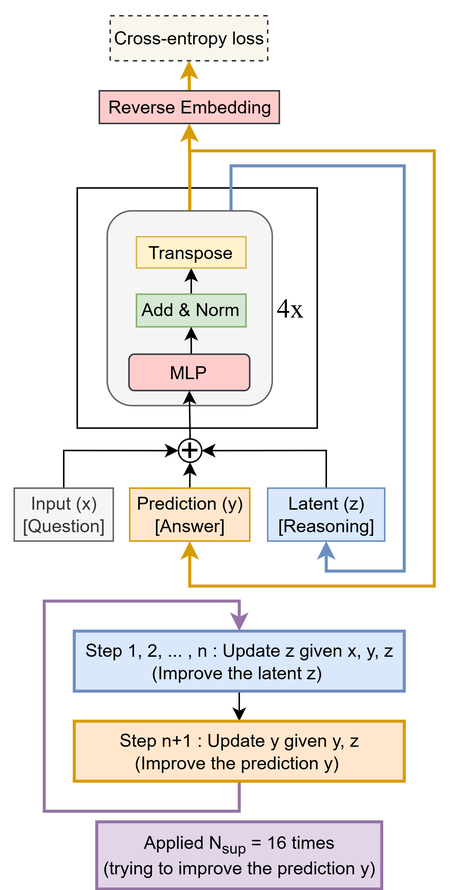
This is assets/images/TRM_fig.png from AlexiaJM/AlexiaJM.github.io, a draw.io export, as it was before one commit. Source tidied: cells renumbered, new cells last; positions are measured from the earlier drawing's top-left corner, leaving out a move shared by most shapes.
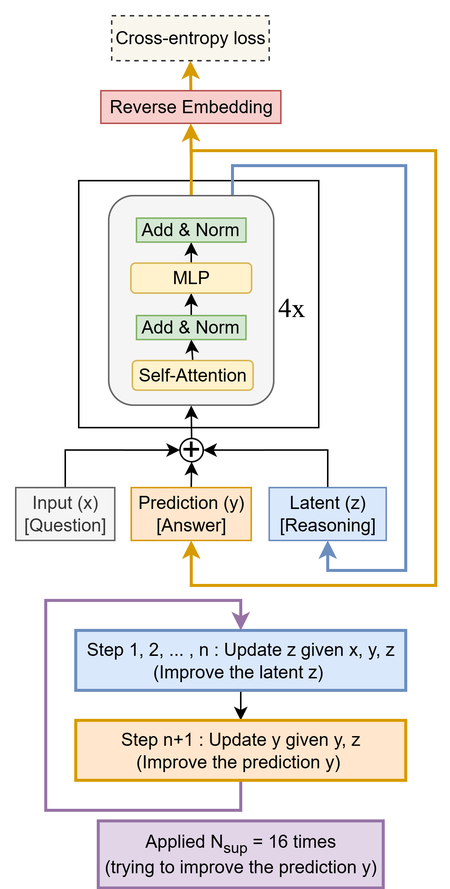
Above is the later version.

What changed in the source:
```diff
@@ -2,90 +2,89 @@
   <root>
     <mxCell id="0" />
     <mxCell id="1" parent="0" />
-    <mxCell id="2" style="rounded=0;whiteSpace=wrap;html=1;fillColor=none;strokeColor=none;" parent="1" vertex="1">
-      <mxGeometry width="300" height="400" as="geometry" />
-    </mxCell>
-    <mxCell id="3" style="rounded=0;whiteSpace=wrap;html=1;" parent="1" vertex="1">
-      <mxGeometry x="52" y="124.7" width="160" height="160" as="geometry" />
-    </mxCell>
-    <mxCell id="4" style="edgeStyle=orthogonalEdgeStyle;rounded=0;jettySize=auto;html=1;exitX=0.5;exitY=0;exitDx=0;exitDy=0;entryX=0.5;entryY=1;entryDx=0;entryDy=0;fillColor=#ffe6cc;strokeColor=#d79b00;strokeWidth=2;" parent="1" edge="1" source="7" target="16">
-      <mxGeometry relative="1" as="geometry">
-        <Array as="points">
-          <mxPoint x="127" y="100" />
-          <mxPoint x="290" y="100" />
-          <mxPoint x="290" y="390" />
-          <mxPoint x="127" y="390" />
-        </Array>
-      </mxGeometry>
-    </mxCell>
-    <mxCell id="5" style="edgeStyle=orthogonalEdgeStyle;rounded=0;jettySize=auto;html=1;exitX=0.5;exitY=0;exitDx=0;exitDy=0;fillColor=#ffe6cc;strokeColor=#d79b00;strokeWidth=2;" parent="1" edge="1" source="7" target="25">
-      <mxGeometry relative="1" as="geometry" />
-    </mxCell>
-    <mxCell id="6" style="edgeStyle=orthogonalEdgeStyle;rounded=0;jettySize=auto;html=1;exitX=0.75;exitY=0;exitDx=0;exitDy=0;entryX=0.5;entryY=1;entryDx=0;entryDy=0;fillColor=#dae8fc;strokeColor=#6c8ebf;strokeWidth=2;" parent="1" edge="1" source="7" target="20">
-      <mxGeometry relative="1" as="geometry">
-        <Array as="points">
-          <mxPoint x="155" y="110" />
-          <mxPoint x="270" y="110" />
-          <mxPoint x="270" y="380" />
-          <mxPoint x="218" y="380" />
-        </Array>
-      </mxGeometry>
-    </mxCell>
-    <mxCell id="7" style="rounded=1;whiteSpace=wrap;html=1;fillColor=#f5f5f5;strokeColor=#666666;fontColor=#333333;fontStyle=0;" parent="1" vertex="1">
-      <mxGeometry x="72" y="140" width="110" height="129.7" as="geometry" />
-    </mxCell>
-    <mxCell id="8" style="edgeStyle=orthogonalEdgeStyle;rounded=0;jettySize=auto;html=1;exitX=0.5;exitY=0;exitDx=0;exitDy=0;entryX=0.5;entryY=1;entryDx=0;entryDy=0;" parent="1" edge="1" source="9" target="13">
-      <mxGeometry relative="1" as="geometry" />
-    </mxCell>
-    <mxCell id="9" value="Add &amp;amp; Norm" style="rounded=0;whiteSpace=wrap;html=1;fillColor=#d5e8d4;strokeColor=#82b366;flipV=1;" parent="1" vertex="1">
-      <mxGeometry x="91.5" y="195.5" width="73" height="21.8" as="geometry" />
-    </mxCell>
+    <mxCell id="31" style="rounded=0;whiteSpace=wrap;html=1;fillColor=none;strokeColor=none;" parent="1" vertex="1">
+      <mxGeometry width="300" height="400" as="geometry" />
+    </mxCell>
+    <mxCell id="32" style="rounded=0;whiteSpace=wrap;html=1;" parent="1" vertex="1">
+      <mxGeometry x="52" y="120" width="160" height="164.7" as="geometry" />
+    </mxCell>
+    <mxCell id="33" style="edgeStyle=orthogonalEdgeStyle;rounded=0;jettySize=auto;html=1;exitX=0.5;exitY=0;exitDx=0;exitDy=0;entryX=0.5;entryY=1;entryDx=0;entryDy=0;fillColor=#ffe6cc;strokeColor=#d79b00;strokeWidth=2;" parent="1" edge="1" source="36" target="16">
+      <mxGeometry relative="1" as="geometry">
+        <Array as="points">
+          <mxPoint x="127" y="100" />
+          <mxPoint x="290" y="100" />
+          <mxPoint x="290" y="390" />
+          <mxPoint x="127" y="390" />
+        </Array>
+      </mxGeometry>
+    </mxCell>
+    <mxCell id="34" style="edgeStyle=orthogonalEdgeStyle;rounded=0;jettySize=auto;html=1;exitX=0.5;exitY=0;exitDx=0;exitDy=0;fillColor=#ffe6cc;strokeColor=#d79b00;strokeWidth=2;" parent="1" edge="1" source="36" target="25">
+      <mxGeometry relative="1" as="geometry" />
+    </mxCell>
+    <mxCell id="35" style="edgeStyle=orthogonalEdgeStyle;rounded=0;jettySize=auto;html=1;exitX=0.75;exitY=0;exitDx=0;exitDy=0;entryX=0.5;entryY=1;entryDx=0;entryDy=0;fillColor=#dae8fc;strokeColor=#6c8ebf;strokeWidth=2;" parent="1" edge="1" source="36" target="20">
+      <mxGeometry relative="1" as="geometry">
+        <Array as="points">
+          <mxPoint x="155" y="110" />
+          <mxPoint x="270" y="110" />
+          <mxPoint x="270" y="380" />
+          <mxPoint x="218" y="380" />
+        </Array>
+      </mxGeometry>
+    </mxCell>
+    <mxCell id="36" style="rounded=1;whiteSpace=wrap;html=1;fillColor=#f5f5f5;strokeColor=#666666;fontColor=#333333;fontStyle=0;" parent="1" vertex="1">
+      <mxGeometry x="72" y="130" width="110" height="139.7" as="geometry" />
+    </mxCell>
+    <mxCell id="37" style="edgeStyle=orthogonalEdgeStyle;rounded=0;jettySize=auto;html=1;exitX=0.5;exitY=0;exitDx=0;exitDy=0;entryX=0.5;entryY=1;entryDx=0;entryDy=0;" parent="1" edge="1" source="38" target="48">
+      <mxGeometry relative="1" as="geometry" />
+    </mxCell>
+    <mxCell id="38" value="Add &amp;amp; Norm" style="rounded=0;whiteSpace=wrap;html=1;fillColor=#d5e8d4;strokeColor=#82b366;flipV=1;" parent="1" vertex="1">
+      <mxGeometry x="91.5" y="210" width="73" height="19.7" as="geometry" />
+    </mxCell>
     <mxCell id="10" value="Cross-entropy loss" style="text;html=1;align=center;verticalAlign=middle;whiteSpace=wrap;rounded=0;dashed=1;fillColor=#f9f7ed;strokeColor=#36393d;" parent="1" vertex="1">
       <mxGeometry x="74" y="10" width="105" height="30" as="geometry" />
     </mxCell>
-    <mxCell id="11" style="edgeStyle=orthogonalEdgeStyle;rounded=0;jettySize=auto;html=1;exitX=0.5;exitY=0;exitDx=0;exitDy=0;entryX=0.5;entryY=1;entryDx=0;entryDy=0;" parent="1" edge="1" source="12" target="9">
-      <mxGeometry relative="1" as="geometry" />
-    </mxCell>
-    <mxCell id="12" value="MLP" style="rounded=1;whiteSpace=wrap;html=1;fillColor=#ffcccc;strokeColor=#36393d;flipV=1;" parent="1" vertex="1">
-      <mxGeometry x="86.5" y="235.5" width="80.5" height="24.2" as="geometry" />
-    </mxCell>
-    <mxCell id="13" value="Transpose" style="rounded=0;whiteSpace=wrap;html=1;fillColor=#fff2cc;strokeColor=#d6b656;flipV=1;" parent="1" vertex="1">
-      <mxGeometry x="91.5" y="157.2" width="73" height="20.9" as="geometry" />
-    </mxCell>
-    <mxCell id="14" value="&lt;font face=&quot;Times New Roman&quot;&gt;&lt;span style=&quot;font-size: 18px;&quot;&gt;4x&lt;/span&gt;&lt;/font&gt;" style="text;html=1;align=center;verticalAlign=middle;whiteSpace=wrap;rounded=0;" parent="1" vertex="1">
-      <mxGeometry x="164.5" y="189.7" width="60" height="30" as="geometry" />
-    </mxCell>
-    <mxCell id="15" style="edgeStyle=orthogonalEdgeStyle;rounded=0;jettySize=auto;html=1;exitX=0.5;exitY=0;exitDx=0;exitDy=0;entryX=0.5;entryY=1;entryDx=0;entryDy=0;" parent="1" edge="1" source="16" target="22">
-      <mxGeometry relative="1" as="geometry" />
-    </mxCell>
+    <mxCell id="39" style="edgeStyle=orthogonalEdgeStyle;rounded=0;jettySize=auto;html=1;exitX=0.5;exitY=0;exitDx=0;exitDy=0;entryX=0.5;entryY=1;entryDx=0;entryDy=0;" parent="1" edge="1" source="40" target="38">
+      <mxGeometry relative="1" as="geometry" />
+    </mxCell>
+    <mxCell id="40" value="MLP" style="rounded=1;whiteSpace=wrap;html=1;fillColor=#fff2cc;strokeColor=#d6b656;flipV=1;" parent="1" vertex="1">
+      <mxGeometry x="87.8" y="240" width="80.5" height="19.7" as="geometry" />
+    </mxCell>
+    <mxCell id="41" value="&lt;font face=&quot;Times New Roman&quot;&gt;&lt;span style=&quot;font-size: 18px;&quot;&gt;4x&lt;/span&gt;&lt;/font&gt;" style="text;html=1;align=center;verticalAlign=middle;whiteSpace=wrap;rounded=0;" parent="1" vertex="1">
+      <mxGeometry x="164.5" y="189.7" width="60" height="30" as="geometry" />
+    </mxCell>
+    <mxCell id="42" style="edgeStyle=orthogonalEdgeStyle;rounded=0;jettySize=auto;html=1;exitX=0.5;exitY=0;exitDx=0;exitDy=0;entryX=0.5;entryY=1;entryDx=0;entryDy=0;" parent="1" edge="1" source="16" target="46">
+      <mxGeometry relative="1" as="geometry" />
+    </mxCell>
     <mxCell id="16" value="Prediction (y)&lt;div&gt;[Answer]&lt;/div&gt;" style="rounded=0;whiteSpace=wrap;html=1;fillColor=#ffe6cc;strokeColor=#d79b00;flipV=1;align=center;" parent="1" vertex="1">
       <mxGeometry x="87" y="324.7" width="80" height="35.3" as="geometry" />
     </mxCell>
-    <mxCell id="17" style="edgeStyle=orthogonalEdgeStyle;rounded=0;jettySize=auto;html=1;exitX=0.5;exitY=0;exitDx=0;exitDy=0;entryX=0;entryY=0.5;entryDx=0;entryDy=0;" parent="1" edge="1" source="18" target="22">
-      <mxGeometry relative="1" as="geometry" />
-    </mxCell>
+    <mxCell id="43" style="edgeStyle=orthogonalEdgeStyle;rounded=0;jettySize=auto;html=1;exitX=0.5;exitY=0;exitDx=0;exitDy=0;entryX=0;entryY=0.5;entryDx=0;entryDy=0;" parent="1" edge="1" source="18" target="46">
+      <mxGeometry relative="1" as="geometry" />
+    </mxCell>
     <mxCell id="18" value="Input (x)&lt;div&gt;[Question]&lt;/div&gt;" style="rounded=0;whiteSpace=wrap;html=1;fillColor=#f5f5f5;strokeColor=#666666;flipV=1;fontColor=#333333;" parent="1" vertex="1">
       <mxGeometry x="10" y="324.7" width="66" height="35.3" as="geometry" />
     </mxCell>
-    <mxCell id="19" style="edgeStyle=orthogonalEdgeStyle;rounded=0;jettySize=auto;html=1;exitX=0.5;exitY=0;exitDx=0;exitDy=0;entryX=1;entryY=0.5;entryDx=0;entryDy=0;" parent="1" edge="1" source="20" target="22">
-      <mxGeometry relative="1" as="geometry" />
-    </mxCell>
+    <mxCell id="44" style="edgeStyle=orthogonalEdgeStyle;rounded=0;jettySize=auto;html=1;exitX=0.5;exitY=0;exitDx=0;exitDy=0;entryX=1;entryY=0.5;entryDx=0;entryDy=0;" parent="1" edge="1" source="20" target="46">
+      <mxGeometry relative="1" as="geometry" />
+    </mxCell>
     <mxCell id="20" value="Latent (z)&lt;div&gt;[Reasoning]&lt;/div&gt;" style="rounded=0;whiteSpace=wrap;html=1;fillColor=#dae8fc;strokeColor=#6c8ebf;flipV=1;" parent="1" vertex="1">
       <mxGeometry x="179" y="324.7" width="78" height="35.3" as="geometry" />
     </mxCell>
-    <mxCell id="21" style="edgeStyle=orthogonalEdgeStyle;rounded=0;jettySize=auto;html=1;exitX=0.5;exitY=0;exitDx=0;exitDy=0;entryX=0.5;entryY=1;entryDx=0;entryDy=0;" parent="1" edge="1" source="22" target="12">
-      <mxGeometry relative="1" as="geometry" />
-    </mxCell>
-    <mxCell id="22" value="&lt;div style=&quot;text-align: justify;&quot;&gt;&lt;br&gt;&lt;/div&gt;" style="ellipse;whiteSpace=wrap;html=1;align=center;" parent="1" vertex="1">
-      <mxGeometry x="119.5" y="292" width="15.5" height="15.5" as="geometry" />
-    </mxCell>
+    <mxCell id="45" style="edgeStyle=orthogonalEdgeStyle;rounded=0;jettySize=auto;html=1;exitX=0.5;exitY=0;exitDx=0;exitDy=0;" parent="1" edge="1" source="46">
+      <mxGeometry relative="1" as="geometry">
+        <mxPoint x="127" y="270" as="targetPoint" />
+      </mxGeometry>
+    </mxCell>
+    <mxCell id="46" value="&lt;div style=&quot;text-align: justify;&quot;&gt;&lt;br&gt;&lt;/div&gt;" style="ellipse;whiteSpace=wrap;html=1;align=center;" parent="1" vertex="1">
+      <mxGeometry x="119.5" y="292" width="15.5" height="15.5" as="geometry" />
+    </mxCell>
     <mxCell id="23" value="&lt;font style=&quot;font-size: 22px;&quot;&gt;+&lt;/font&gt;" style="text;html=1;align=center;verticalAlign=middle;whiteSpace=wrap;rounded=0;" parent="1" vertex="1">
       <mxGeometry x="97" y="284.7" width="60" height="30" as="geometry" />
     </mxCell>
     <mxCell id="24" style="edgeStyle=orthogonalEdgeStyle;rounded=0;jettySize=auto;html=1;exitX=0.5;exitY=0;exitDx=0;exitDy=0;entryX=0.5;entryY=1;entryDx=0;entryDy=0;fillColor=#ffe6cc;strokeColor=#d79b00;strokeWidth=2;" parent="1" edge="1" source="25" target="10">
       <mxGeometry relative="1" as="geometry" />
     </mxCell>
-    <mxCell id="25" value="Reverse Embedding" style="rounded=0;whiteSpace=wrap;html=1;fillColor=#ffcccc;strokeColor=#36393d;flipV=1;" parent="1" vertex="1">
+    <mxCell id="25" value="Reverse Embedding" style="rounded=0;whiteSpace=wrap;html=1;fillColor=#f8cecc;strokeColor=#b85450;flipV=1;" parent="1" vertex="1">
       <mxGeometry x="66.7" y="60" width="120" height="21.8" as="geometry" />
     </mxCell>
     <mxCell id="26" value="Applied N&lt;sub&gt;sup&lt;/sub&gt; = 16 times&lt;div&gt;(&lt;span style=&quot;background-color: transparent; color: light-dark(rgb(0, 0, 0), rgb(255, 255, 255));&quot;&gt;trying to improve the prediction y)&lt;/span&gt;&lt;/div&gt;" style="text;html=1;align=center;verticalAlign=middle;whiteSpace=wrap;rounded=0;fillColor=#e1d5e7;strokeColor=#9673a6;strokeWidth=2;" parent="1" vertex="1">
@@ -110,5 +109,41 @@
     <mxCell id="30" value="Step n+1 : Update y given y, z&lt;div&gt;(Improve the prediction y)&amp;nbsp;&lt;/div&gt;" style="text;html=1;align=center;verticalAlign=middle;whiteSpace=wrap;rounded=0;fillColor=#ffe6cc;strokeColor=#d79b00;strokeWidth=2;" parent="1" vertex="1">
       <mxGeometry x="50" y="480" width="220" height="40" as="geometry" />
     </mxCell>
+    <mxCell id="47" style="edgeStyle=orthogonalEdgeStyle;rounded=0;jettySize=auto;html=1;exitX=0.5;exitY=0;exitDx=0;exitDy=0;entryX=0.5;entryY=1;entryDx=0;entryDy=0;" parent="1" edge="1" source="48" target="49">
+      <mxGeometry relative="1" as="geometry" />
+    </mxCell>
+    <mxCell id="48" value="Self-attention" style="rounded=1;whiteSpace=wrap;html=1;fillColor=#fff2cc;strokeColor=#d6b656;flipV=1;" parent="1" vertex="1">
+      <mxGeometry x="86.5" y="180" width="80.5" height="20" as="geometry" />
+    </mxCell>
+    <mxCell id="49" value="Add &amp;amp; Norm" style="rounded=0;whiteSpace=wrap;html=1;fillColor=#d5e8d4;strokeColor=#82b366;flipV=1;" parent="1" vertex="1">
+      <mxGeometry x="90.5" y="140" width="73" height="21.8" as="geometry" />
+    </mxCell>
+    <mxCell id="50" style="rounded=1;whiteSpace=wrap;html=1;fillColor=#f5f5f5;strokeColor=#666666;fontColor=#333333;fontStyle=0;" parent="1" vertex="1">
+      <mxGeometry x="72" y="130" width="110" height="139.7" as="geometry" />
+    </mxCell>
+    <mxCell id="51" style="edgeStyle=orthogonalEdgeStyle;rounded=0;jettySize=auto;html=1;exitX=0.5;exitY=0;exitDx=0;exitDy=0;entryX=0.5;entryY=1;entryDx=0;entryDy=0;" parent="1" edge="1" source="52" target="57">
+      <mxGeometry relative="1" as="geometry" />
+    </mxCell>
+    <mxCell id="52" value="Add &amp;amp; Norm" style="rounded=0;whiteSpace=wrap;html=1;fillColor=#d5e8d4;strokeColor=#82b366;flipV=1;" parent="1" vertex="1">
+      <mxGeometry x="90.5" y="210" width="73" height="16" as="geometry" />
+    </mxCell>
+    <mxCell id="53" style="edgeStyle=orthogonalEdgeStyle;rounded=0;jettySize=auto;html=1;exitX=0.5;exitY=0;exitDx=0;exitDy=0;entryX=0.5;entryY=1;entryDx=0;entryDy=0;" parent="1" edge="1" source="54" target="52">
+      <mxGeometry relative="1" as="geometry" />
+    </mxCell>
+    <mxCell id="54" value="Self-Attention" style="rounded=1;whiteSpace=wrap;html=1;fillColor=#fff2cc;strokeColor=#d6b656;flipV=1;" parent="1" vertex="1">
+      <mxGeometry x="87.8" y="240" width="80.5" height="19.7" as="geometry" />
+    </mxCell>
+    <mxCell id="55" value="&lt;font face=&quot;Times New Roman&quot;&gt;&lt;span style=&quot;font-size: 18px;&quot;&gt;4x&lt;/span&gt;&lt;/font&gt;" style="text;html=1;align=center;verticalAlign=middle;whiteSpace=wrap;rounded=0;" parent="1" vertex="1">
+      <mxGeometry x="164.5" y="189.7" width="60" height="30" as="geometry" />
+    </mxCell>
+    <mxCell id="56" style="edgeStyle=orthogonalEdgeStyle;rounded=0;jettySize=auto;html=1;exitX=0.5;exitY=0;exitDx=0;exitDy=0;entryX=0.5;entryY=1;entryDx=0;entryDy=0;" parent="1" edge="1" source="57" target="58">
+      <mxGeometry relative="1" as="geometry" />
+    </mxCell>
+    <mxCell id="57" value="MLP" style="rounded=1;whiteSpace=wrap;html=1;fillColor=#fff2cc;strokeColor=#d6b656;flipV=1;" parent="1" vertex="1">
+      <mxGeometry x="86.8" y="175" width="80.5" height="20" as="geometry" />
+    </mxCell>
+    <mxCell id="58" value="Add &amp;amp; Norm" style="rounded=0;whiteSpace=wrap;html=1;fillColor=#d5e8d4;strokeColor=#82b366;flipV=1;spacing=2;" parent="1" vertex="1">
+      <mxGeometry x="90.5" y="145" width="73" height="16" as="geometry" />
+    </mxCell>
   </root>
 </mxGraphModel>
```
